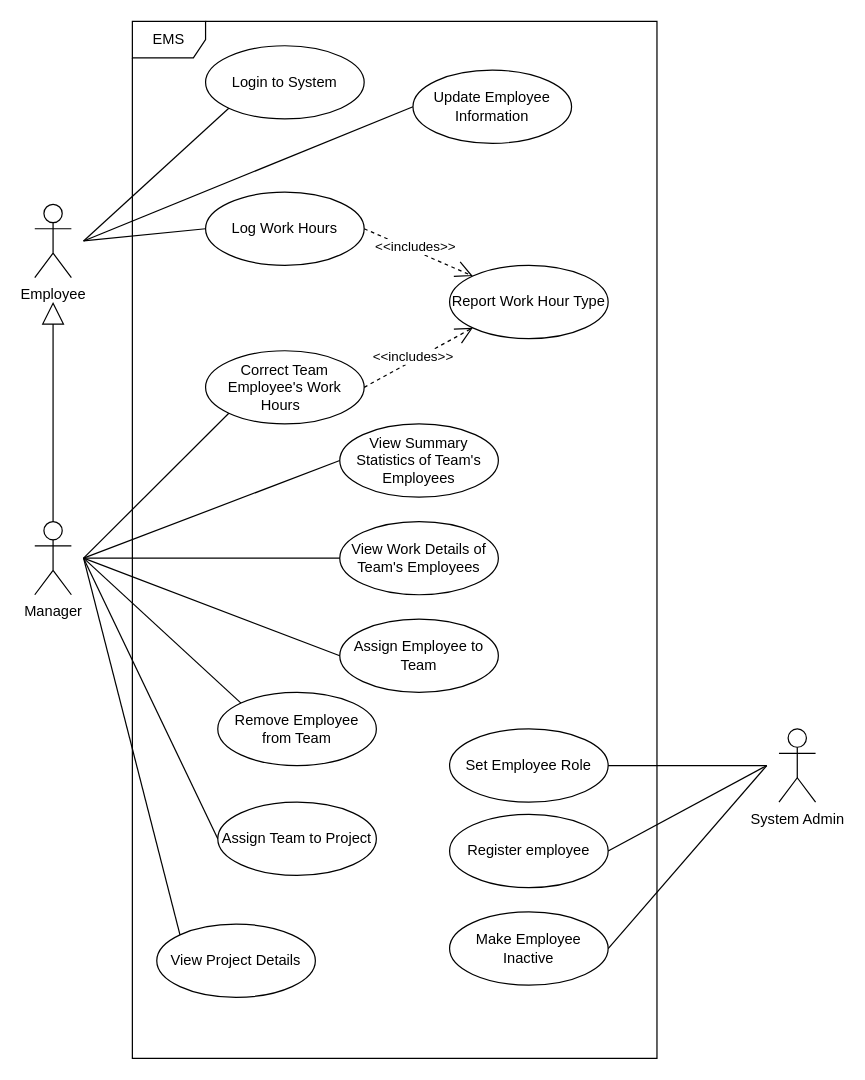
Earlier version of the draw.io diagram System Models/EMS_Use_Case_Diagram.drawio (blueappleee/EmployeeManagementSystem). Source tidied: cells renumbered, new cells numbered last; positions are measured from the earlier drawing's top-left corner, leaving out a move shared by most shapes. Both pictures are drawn from the tidied source at 122%, with x=0, y=0 at pixel (34, 21).
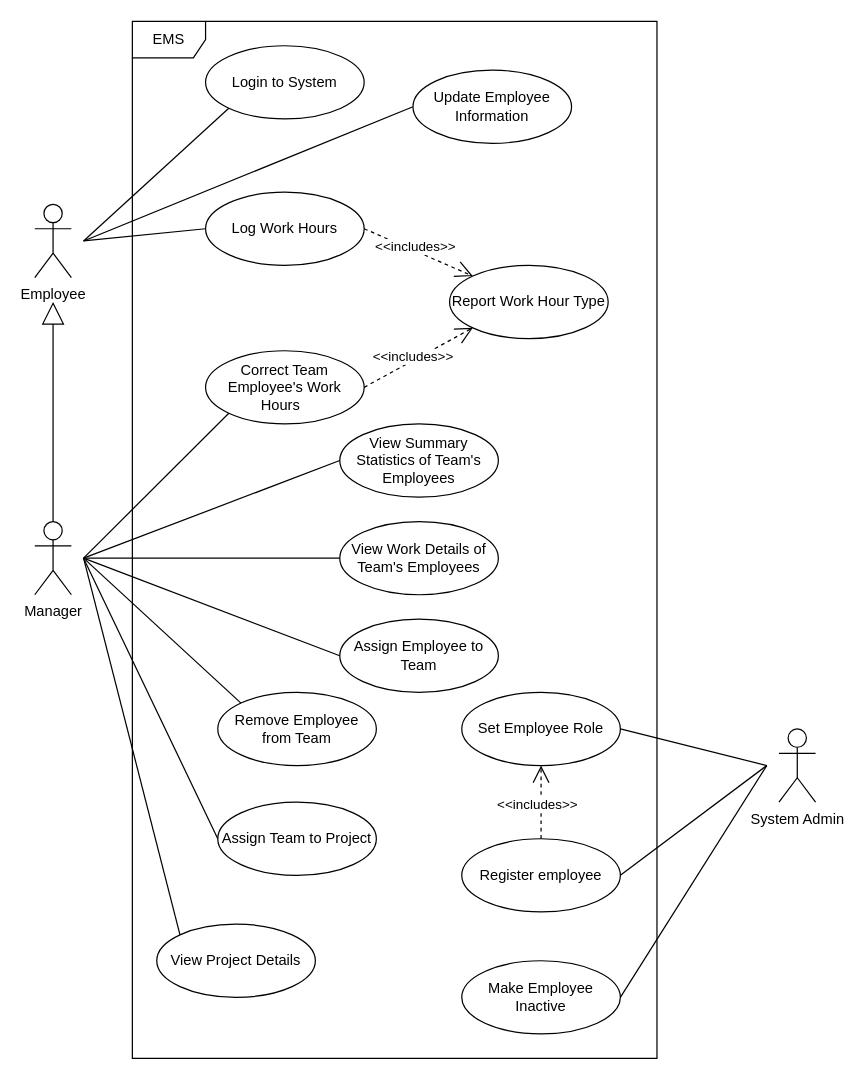
Above is the later version.

Commit message (it also covers changes not shown here):
Use Case Diagram Update

Updated so that the Admin sets the employee role when registering an employee and can set/change employee role

What changed in the source:
```diff
@@
     <mxCell id="6" value="Register employee" style="ellipse;whiteSpace=wrap;html=1;" parent="1" vertex="1">
-      <mxGeometry x="340" y="650" width="130" height="60" as="geometry" />
+      <mxGeometry x="350" y="670" width="130" height="60" as="geometry" />
     </mxCell>
@@
     <mxCell id="9" value="Set Employee Role" style="ellipse;whiteSpace=wrap;html=1;" parent="1" vertex="1">
-      <mxGeometry x="340" y="580" width="130" height="60" as="geometry" />
+      <mxGeometry x="350" y="550" width="130" height="60" as="geometry" />
     </mxCell>
@@
     <mxCell id="15" value="Make Employee Inactive" style="ellipse;whiteSpace=wrap;html=1;" parent="1" vertex="1">
-      <mxGeometry x="340" y="730" width="130" height="60" as="geometry" />
+      <mxGeometry x="350" y="770" width="130" height="60" as="geometry" />
     </mxCell>
@@
+    <mxCell id="36" value="&amp;lt;&amp;lt;includes&amp;gt;&amp;gt;" style="endArrow=open;endSize=12;dashed=1;html=1;rounded=0;exitX=0.5;exitY=0;exitDx=0;exitDy=0;entryX=0.5;entryY=1;entryDx=0;entryDy=0;" parent="1" edge="1" source="6" target="9">
+      <mxGeometry x="-0.08" y="3" relative="1" as="geometry" />
+    </mxCell>
```
